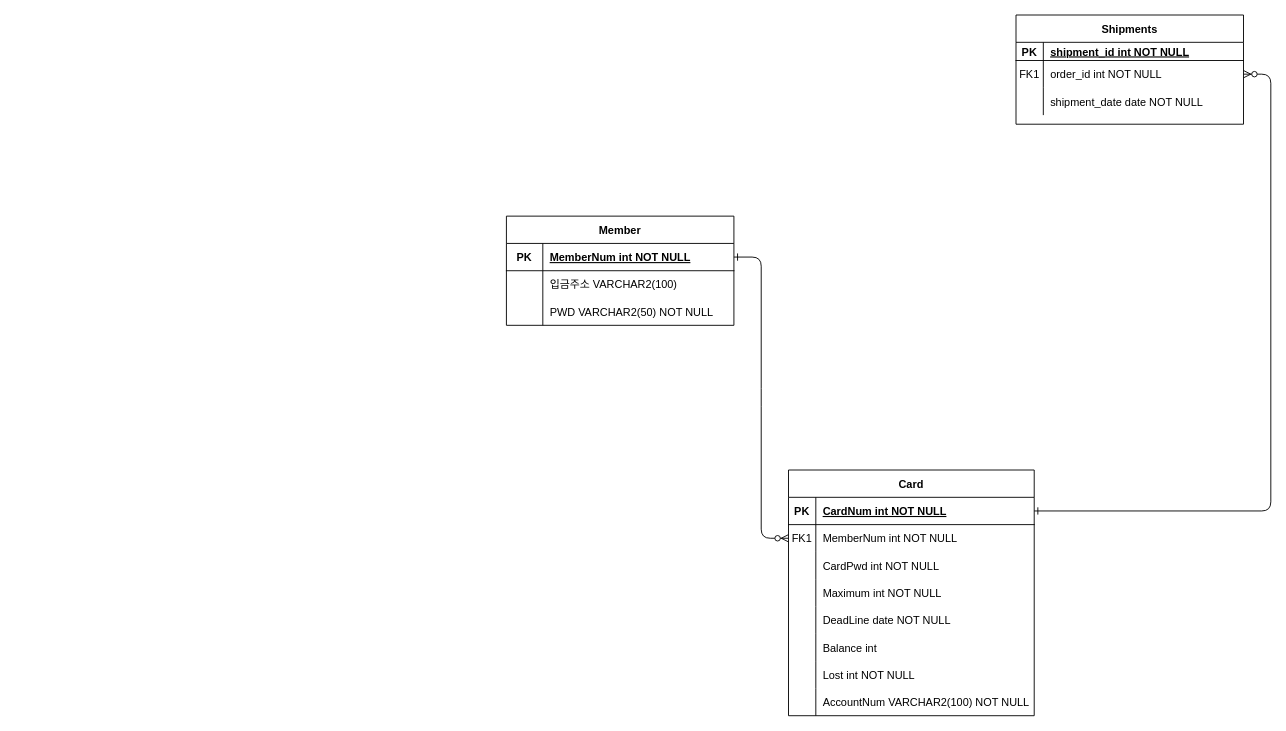
The draw.io diagram 제목 없는 다이어그램.drawio in jooooooowon/sinhan, before the edit. Source tidied: cells renumbered, new cells numbered last; positions are measured from the earlier drawing's top-left corner, leaving out a move shared by most shapes. Both pictures are drawn from the tidied source at 91%, with x=0, y=0 at pixel (506, 15).
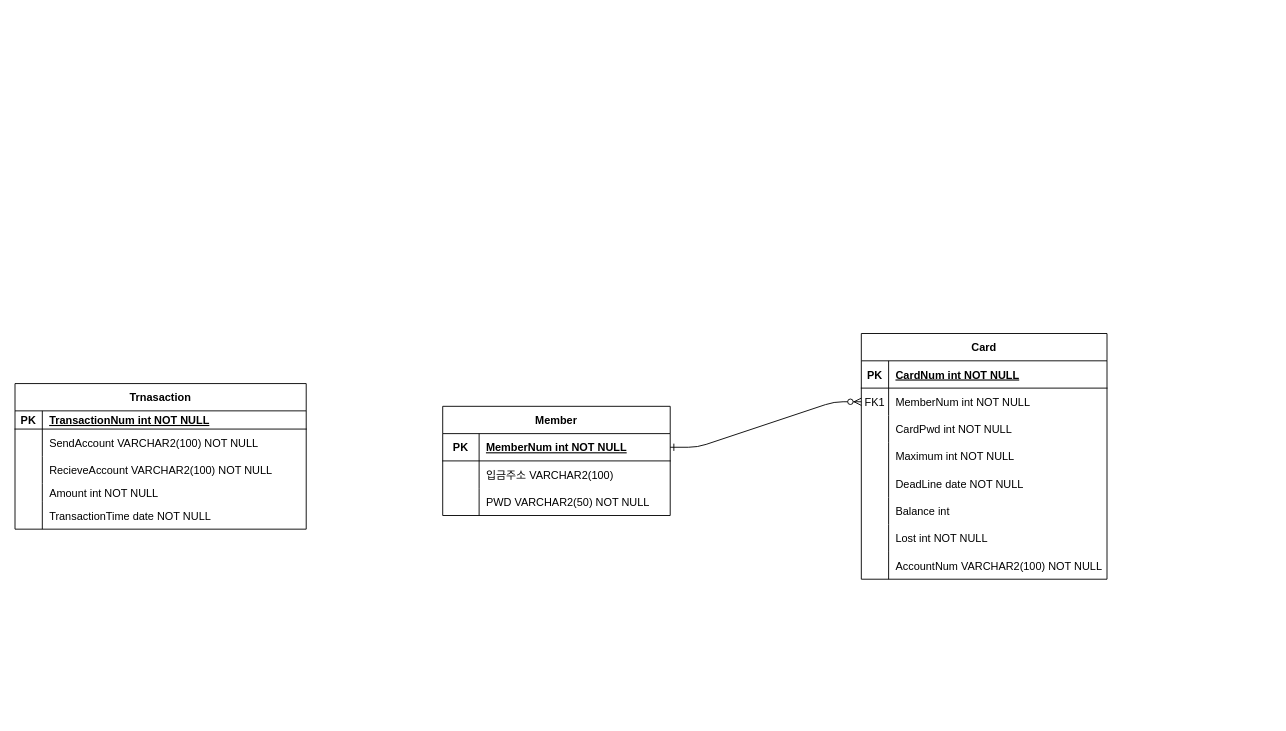
The same diagram, later.

Commit message (it also covers changes not shown here):
신한은행 해커톤 ERD 초안

Unchanged cells that the change refers to:
```xml
<mxCell id="5" style="shape=partialRectangle;fillColor=none;points=[[0,0.5],[1,0.5]];portConstraint=eastwest;top=0;left=0;right=0;bottom=1;" parent="4" vertex="1">
  <mxGeometry y="30" width="270" height="30" as="geometry" />
</mxCell>
```

Change to the diagram source:
```diff
@@
-    <mxCell id="3" style="edgeStyle=entityRelationEdgeStyle;endArrow=ERzeroToMany;startArrow=ERone;endFill=1;startFill=0;" parent="1" edge="1" source="5" target="33">
-      <mxGeometry relative="1" as="geometry" />
-    </mxCell>
     <mxCell id="4" value="Card" style="shape=table;startSize=30;childLayout=tableLayout;rowLines=0;fontStyle=1;align=center;" parent="1" vertex="1">
-      <mxGeometry x="310" y="500" width="270" height="270" as="geometry" />
+      <mxGeometry x="390" y="350" width="270" height="270" as="geometry" />
     </mxCell>
@@
-    <mxCell id="29" value="Shipments" style="shape=table;startSize=30;childLayout=tableLayout;rowLines=0;fontStyle=1;align=center;" parent="1" vertex="1">
-      <mxGeometry x="560" width="250" height="120" as="geometry" />
+    <mxCell id="29" value="Trnasaction" style="shape=table;startSize=30;childLayout=tableLayout;rowLines=0;fontStyle=1;align=center;labelBackgroundColor=none;" parent="1" vertex="1">
+      <mxGeometry x="-540" y="405" width="320" height="160" as="geometry" />
     </mxCell>
     <mxCell id="30" style="shape=partialRectangle;fillColor=none;top=0;left=0;right=0;bottom=1;" parent="29" vertex="1">
-      <mxGeometry y="30" width="250" height="20" as="geometry" />
+      <mxGeometry y="30" width="320" height="20" as="geometry" />
     </mxCell>
@@
-    <mxCell id="32" value="shipment_id int NOT NULL " style="shape=partialRectangle;overflow=hidden;fillColor=none;top=0;left=0;bottom=0;right=0;align=left;spacingLeft=6;fontStyle=5;" parent="30" vertex="1">
-      <mxGeometry x="30" width="220" height="20" as="geometry" />
+    <mxCell id="32" value="TransactionNum int NOT NULL" style="shape=partialRectangle;overflow=hidden;fillColor=none;top=0;left=0;bottom=0;right=0;align=left;spacingLeft=6;fontStyle=5;" parent="30" vertex="1">
+      <mxGeometry x="30" width="290" height="20" as="geometry" />
     </mxCell>
     <mxCell id="33" style="shape=partialRectangle;fillColor=none;points=[[0,0.5],[1,0.5]];portConstraint=eastwest;top=0;left=0;right=0;bottom=0;" parent="29" vertex="1">
-      <mxGeometry y="50" width="250" height="30" as="geometry" />
+      <mxGeometry y="50" width="320" height="30" as="geometry" />
     </mxCell>
-    <mxCell id="34" value="FK1" style="shape=partialRectangle;overflow=hidden;fillColor=none;top=0;left=0;bottom=0;right=0;" parent="33" vertex="1">
+    <mxCell id="34" style="shape=partialRectangle;overflow=hidden;fillColor=none;top=0;left=0;bottom=0;right=0;" parent="33" vertex="1">
       <mxGeometry width="30" height="30" as="geometry" />
     </mxCell>
-    <mxCell id="35" value="order_id int NOT NULL" style="shape=partialRectangle;overflow=hidden;fillColor=none;top=0;left=0;bottom=0;right=0;align=left;spacingLeft=6;" parent="33" vertex="1">
-      <mxGeometry x="30" width="220" height="30" as="geometry" />
+    <mxCell id="35" value="SendAccount VARCHAR2(100) NOT NULL" style="shape=partialRectangle;overflow=hidden;fillColor=none;top=0;left=0;bottom=0;right=0;align=left;spacingLeft=6;" parent="33" vertex="1">
+      <mxGeometry x="30" width="290" height="30" as="geometry" />
     </mxCell>
     <mxCell id="36" style="shape=partialRectangle;fillColor=none;top=0;left=0;right=0;bottom=0;" parent="29" vertex="1">
-      <mxGeometry y="80" width="250" height="30" as="geometry" />
+      <mxGeometry y="80" width="320" height="30" as="geometry" />
     </mxCell>
@@
-    <mxCell id="38" value="shipment_date date NOT NULL" style="shape=partialRectangle;overflow=hidden;fillColor=none;top=0;left=0;bottom=0;right=0;align=left;spacingLeft=6;" parent="36" vertex="1">
-      <mxGeometry x="30" width="220" height="30" as="geometry" />
+    <mxCell id="38" value="RecieveAccount VARCHAR2(100) NOT NULL" style="shape=partialRectangle;overflow=hidden;fillColor=none;top=0;left=0;bottom=0;right=0;align=left;spacingLeft=6;" parent="36" vertex="1">
+      <mxGeometry x="30" width="290" height="30" as="geometry" />
     </mxCell>
+    <mxCell id="49" style="shape=tableRow;horizontal=0;startSize=0;swimlaneHead=0;swimlaneBody=0;fillColor=none;top=0;left=0;right=0;bottom=0;" parent="29" vertex="1">
+      <mxGeometry y="110" width="320" height="20" as="geometry" />
+    </mxCell>
+    <mxCell id="50" style="shape=partialRectangle;fillColor=none;top=0;left=0;bottom=0;right=0;overflow=hidden;" parent="49" vertex="1">
+      <mxGeometry width="30" height="20" as="geometry" />
+    </mxCell>
+    <mxCell id="51" value="Amount int NOT NULL" style="shape=partialRectangle;fillColor=none;top=0;left=0;bottom=0;right=0;align=left;spacingLeft=6;overflow=hidden;" parent="49" vertex="1">
+      <mxGeometry x="30" width="290" height="20" as="geometry" />
+    </mxCell>
+    <mxCell id="52" style="shape=tableRow;horizontal=0;startSize=0;swimlaneHead=0;swimlaneBody=0;fillColor=none;top=0;left=0;right=0;bottom=0;" parent="29" vertex="1">
+      <mxGeometry y="130" width="320" height="30" as="geometry" />
+    </mxCell>
+    <mxCell id="53" style="shape=partialRectangle;fillColor=none;top=0;left=0;bottom=0;right=0;overflow=hidden;" parent="52" vertex="1">
+      <mxGeometry width="30" height="30" as="geometry" />
+    </mxCell>
+    <mxCell id="54" value="TransactionTime date NOT NULL" style="shape=partialRectangle;fillColor=none;top=0;left=0;bottom=0;right=0;align=left;spacingLeft=6;overflow=hidden;" parent="52" vertex="1">
+      <mxGeometry x="30" width="290" height="30" as="geometry" />
+    </mxCell>
     <mxCell id="39" value="Member" style="shape=table;startSize=30;childLayout=tableLayout;rowLines=0;fontStyle=1;align=center;" parent="1" vertex="1">
-      <mxGeometry y="221" width="250" height="120" as="geometry" />
+      <mxGeometry x="-70" y="430" width="250" height="120" as="geometry" />
     </mxCell>
```
